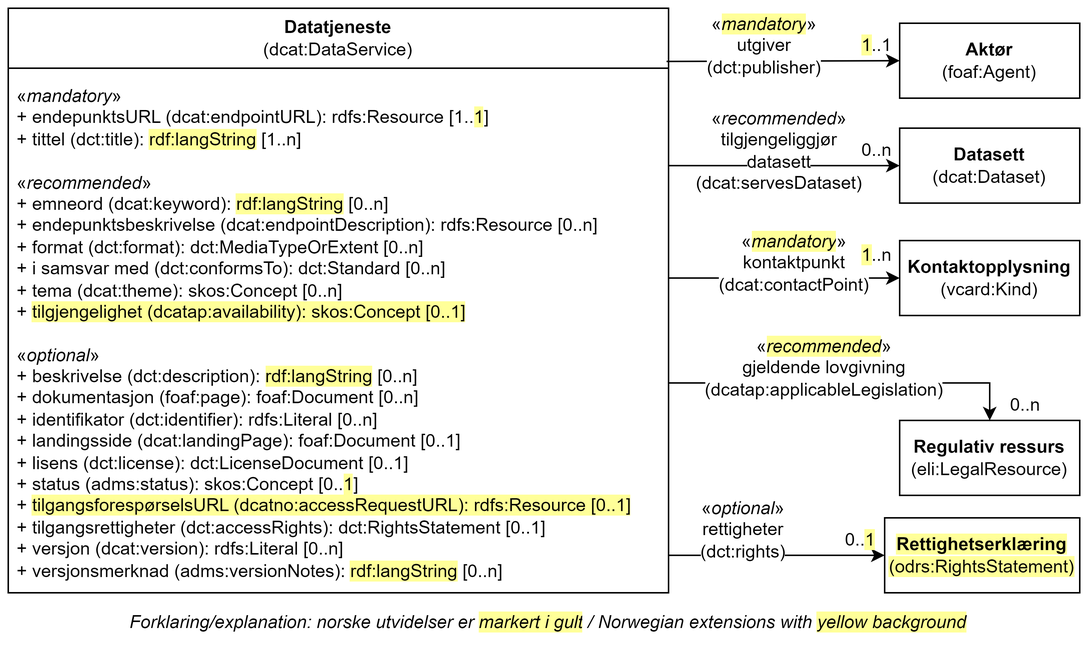
Informasjonsforvaltning/dcat-ap-no keeps this draw.io diagram as docs/images/Klassen-Datatjeneste.png. Above is the earlier version. Source tidied: cells renumbered, new cells last; positions are measured from the earlier drawing's top-left corner, leaving out a move shared by most shapes.
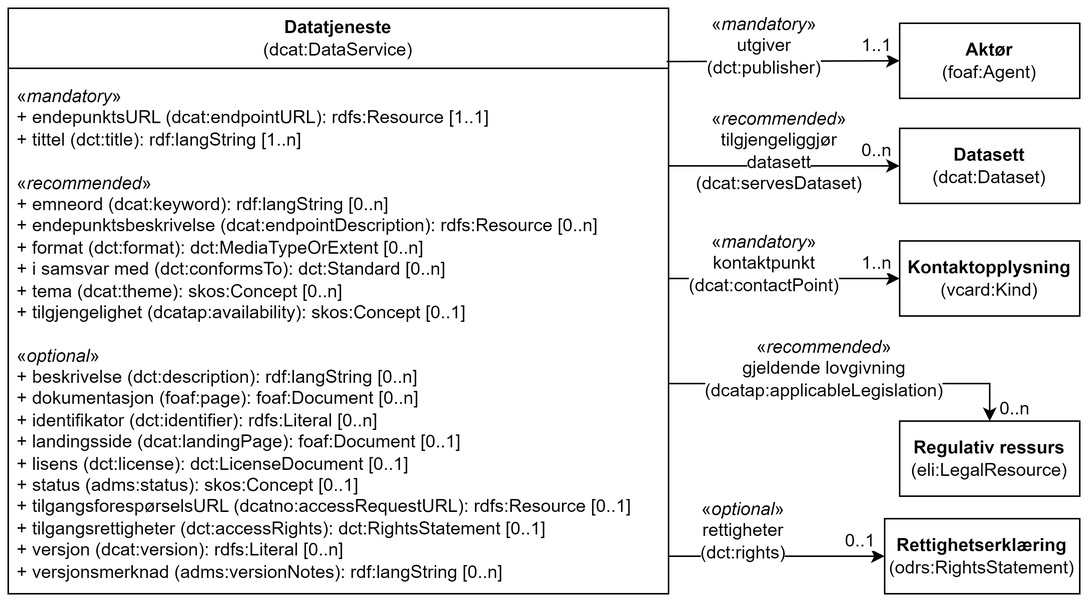
Later version of the same file.

The edit, as a diff of the source:
```diff
@@ -5,7 +5,7 @@
     <mxCell id="2" value="Datatjeneste&lt;br&gt;&lt;span style=&quot;font-weight: normal;&quot;&gt;(dcat:DataService)&lt;/span&gt;" style="swimlane;whiteSpace=wrap;html=1;startSize=40;" parent="1" vertex="1">
       <mxGeometry width="440" height="390" as="geometry" />
     </mxCell>
-    <mxCell id="3" value="«&lt;i style=&quot;&quot;&gt;mandatory&lt;/i&gt;»&lt;br&gt;&lt;div&gt;+ endepunktsURL (dcat:endpointURL): rdfs:Resource [1..&lt;span style=&quot;background-color: rgb(255, 255, 153);&quot;&gt;1&lt;/span&gt;]&lt;/div&gt;&lt;div&gt;&lt;span style=&quot;background-color: initial;&quot;&gt;+ tittel (dct:title): &lt;/span&gt;&lt;span style=&quot;background-color: rgb(255, 255, 153);&quot;&gt;rdf:langString&lt;/span&gt;&lt;span style=&quot;background-color: initial;&quot;&gt; [1..n]&lt;/span&gt;&lt;br&gt;&lt;/div&gt;&lt;div&gt;&lt;br&gt;&lt;/div&gt;&lt;div&gt;&lt;div style=&quot;border-color: var(--border-color);&quot;&gt;«&lt;i style=&quot;border-color: var(--border-color);&quot;&gt;recommended&lt;/i&gt;»&lt;/div&gt;&lt;div style=&quot;border-color: var(--border-color);&quot;&gt;&lt;span style=&quot;background-color: initial;&quot;&gt;+ emneord (dcat:keyword):&amp;nbsp;&lt;/span&gt;&lt;span style=&quot;background-color: rgb(255, 255, 153);&quot;&gt;rdf:langString&lt;/span&gt;&lt;span style=&quot;background-color: initial;&quot;&gt;&amp;nbsp;[0..n]&lt;/span&gt;&lt;br&gt;&lt;/div&gt;&lt;div style=&quot;border-color: var(--border-color);&quot;&gt;+ endepunktsbeskrivelse (dcat:endpointDescription): rdfs:Resource [0..n]&lt;/div&gt;&lt;div style=&quot;border-color: var(--border-color);&quot;&gt;+ format (dct:format): dct:MediaTypeOrExtent [0..n]&lt;/div&gt;&lt;div style=&quot;border-color: var(--border-color);&quot;&gt;&lt;span style=&quot;background-color: initial;&quot;&gt;+ i samsvar med (dct:conformsTo): dct:Standard [0..n]&lt;/span&gt;&lt;br&gt;&lt;/div&gt;&lt;/div&gt;&lt;div style=&quot;border-color: var(--border-color);&quot;&gt;+ tema (dcat:theme): skos:Concept [0..n]&lt;br&gt;&lt;/div&gt;&lt;div style=&quot;border-color: var(--border-color);&quot;&gt;+ &lt;span style=&quot;background-color: rgb(255, 255, 153);&quot;&gt;tilgjengelighet (dcatap:availability): skos:Concept [0..1]&lt;/span&gt;&lt;br&gt;&lt;/div&gt;&lt;div style=&quot;border-color: var(--border-color);&quot;&gt;&lt;br&gt;&lt;/div&gt;&lt;div style=&quot;border-color: var(--border-color);&quot;&gt;&lt;div style=&quot;border-color: var(--border-color);&quot;&gt;«&lt;i style=&quot;border-color: var(--border-color);&quot;&gt;optional&lt;/i&gt;»&lt;/div&gt;&lt;div style=&quot;border-color: var(--border-color);&quot;&gt;+ beskrivelse (dct:description):&amp;nbsp;&lt;span style=&quot;background-color: rgb(255, 255, 153);&quot;&gt;rdf:langString&lt;/span&gt;&amp;nbsp;[0..n]&lt;/div&gt;&lt;div style=&quot;border-color: var(--border-color);&quot;&gt;+&amp;nbsp;&lt;span style=&quot;border-color: var(--border-color);&quot;&gt;dokumentasjon (foaf:page): foaf:Document [0..n]&lt;/span&gt;&lt;br&gt;&lt;/div&gt;&lt;div&gt;+ identifikator (dct:identifier): rdfs:Literal [0..n]&lt;/div&gt;&lt;div style=&quot;border-color: var(--border-color);&quot;&gt;&lt;span style=&quot;background-color: initial;&quot;&gt;+ landingsside (dcat:landingPage): foaf:Document [0..1]&lt;/span&gt;&lt;br&gt;&lt;/div&gt;&lt;div style=&quot;border-color: var(--border-color);&quot;&gt;+ lisens (dct:license): dct:LicenseDocument [0..1]&lt;/div&gt;&lt;div style=&quot;border-color: var(--border-color);&quot;&gt;+ status (adms:status): skos:Concept [0..&lt;span style=&quot;background-color: rgb(255, 255, 153);&quot;&gt;1&lt;/span&gt;]&lt;/div&gt;+&amp;nbsp;&lt;span style=&quot;background-color: rgb(255, 255, 153);&quot;&gt;tilgangsforespørselsURL (dcatno:accessRequestURL): rdfs:Resource [0..1]&lt;/span&gt;&lt;br&gt;&lt;div style=&quot;border-color: var(--border-color);&quot;&gt;+ tilgangsrettigheter (dct:accessRights): dct:RightsStatement [0..1]&lt;/div&gt;&lt;div style=&quot;border-color: var(--border-color);&quot;&gt;+ versjon (dcat:version): rdfs:Literal [0..n]&lt;br style=&quot;border-color: var(--border-color);&quot;&gt;+ versjonsmerknad (adms:versionNotes):&amp;nbsp;&lt;span style=&quot;background-color: rgb(255, 255, 153);&quot;&gt;rdf:langString&lt;/span&gt;&amp;nbsp;[0..n]&lt;br&gt;&lt;/div&gt;&lt;/div&gt;" style="text;strokeColor=none;fillColor=none;align=left;verticalAlign=top;spacingLeft=4;spacingRight=4;overflow=hidden;whiteSpace=wrap;html=1;fontStyle=0;" parent="2" vertex="1">
+    <mxCell id="3" value="«&lt;i style=&quot;&quot;&gt;mandatory&lt;/i&gt;»&lt;br&gt;&lt;div&gt;+ endepunktsURL (dcat:endpointURL): rdfs:Resource [1..1]&lt;/div&gt;&lt;div&gt;+ tittel (dct:title): rdf:langString [1..n]&lt;br&gt;&lt;/div&gt;&lt;div&gt;&lt;br&gt;&lt;/div&gt;&lt;div&gt;&lt;div style=&quot;border-color: var(--border-color);&quot;&gt;«&lt;i style=&quot;border-color: var(--border-color);&quot;&gt;recommended&lt;/i&gt;»&lt;/div&gt;&lt;div style=&quot;border-color: var(--border-color);&quot;&gt;+ emneord (dcat:keyword):&amp;nbsp;rdf:langString&amp;nbsp;[0..n]&lt;br&gt;&lt;/div&gt;&lt;div style=&quot;border-color: var(--border-color);&quot;&gt;+ endepunktsbeskrivelse (dcat:endpointDescription): rdfs:Resource [0..n]&lt;/div&gt;&lt;div style=&quot;border-color: var(--border-color);&quot;&gt;+ format (dct:format): dct:MediaTypeOrExtent [0..n]&lt;/div&gt;&lt;div style=&quot;border-color: var(--border-color);&quot;&gt;+ i samsvar med (dct:conformsTo): dct:Standard [0..n]&lt;br&gt;&lt;/div&gt;&lt;/div&gt;&lt;div style=&quot;border-color: var(--border-color);&quot;&gt;+ tema (dcat:theme): skos:Concept [0..n]&lt;br&gt;&lt;/div&gt;&lt;div style=&quot;border-color: var(--border-color);&quot;&gt;+ tilgjengelighet (dcatap:availability): skos:Concept [0..1]&lt;br&gt;&lt;/div&gt;&lt;div style=&quot;border-color: var(--border-color);&quot;&gt;&lt;br&gt;&lt;/div&gt;&lt;div style=&quot;border-color: var(--border-color);&quot;&gt;&lt;div style=&quot;border-color: var(--border-color);&quot;&gt;«&lt;i style=&quot;border-color: var(--border-color);&quot;&gt;optional&lt;/i&gt;»&lt;/div&gt;&lt;div style=&quot;border-color: var(--border-color);&quot;&gt;+ beskrivelse (dct:description):&amp;nbsp;rdf:langString&amp;nbsp;[0..n]&lt;/div&gt;&lt;div style=&quot;border-color: var(--border-color);&quot;&gt;+&amp;nbsp;&lt;span style=&quot;border-color: var(--border-color);&quot;&gt;dokumentasjon (foaf:page): foaf:Document [0..n]&lt;/span&gt;&lt;br&gt;&lt;/div&gt;&lt;div&gt;+ identifikator (dct:identifier): rdfs:Literal [0..n]&lt;/div&gt;&lt;div style=&quot;border-color: var(--border-color);&quot;&gt;+ landingsside (dcat:landingPage): foaf:Document [0..1]&lt;br&gt;&lt;/div&gt;&lt;div style=&quot;border-color: var(--border-color);&quot;&gt;+ lisens (dct:license): dct:LicenseDocument [0..1]&lt;/div&gt;&lt;div style=&quot;border-color: var(--border-color);&quot;&gt;+ status (adms:status): skos:Concept [0..1]&lt;/div&gt;+&amp;nbsp;tilgangsforespørselsURL (dcatno:accessRequestURL): rdfs:Resource [0..1]&lt;br&gt;&lt;div style=&quot;border-color: var(--border-color);&quot;&gt;+ tilgangsrettigheter (dct:accessRights): dct:RightsStatement [0..1]&lt;/div&gt;&lt;div style=&quot;border-color: var(--border-color);&quot;&gt;+ versjon (dcat:version): rdfs:Literal [0..n]&lt;br style=&quot;border-color: var(--border-color);&quot;&gt;+ versjonsmerknad (adms:versionNotes):&amp;nbsp;rdf:langString&amp;nbsp;[0..n]&lt;br&gt;&lt;/div&gt;&lt;/div&gt;" style="text;strokeColor=none;fillColor=none;align=left;verticalAlign=top;spacingLeft=4;spacingRight=4;overflow=hidden;whiteSpace=wrap;html=1;fontStyle=0;" parent="2" vertex="1">
       <mxGeometry y="45" width="430" height="335" as="geometry" />
     </mxCell>
     <mxCell id="4" value="&lt;b&gt;Aktør&lt;br&gt;&lt;/b&gt;(foaf:Agent)" style="rounded=0;whiteSpace=wrap;html=1;" parent="1" vertex="1">
@@ -17,10 +17,10 @@
     <mxCell id="6" style="endArrow=classic;html=1;rounded=0;entryX=0;entryY=0.5;entryDx=0;entryDy=0;exitX=0.997;exitY=0.091;exitDx=0;exitDy=0;exitPerimeter=0;" parent="1" edge="1" source="2" target="4">
       <mxGeometry relative="1" as="geometry" />
     </mxCell>
-    <mxCell id="7" value="&lt;div&gt;&lt;span style=&quot;background-color: rgb(255, 255, 255);&quot;&gt;«&lt;/span&gt;&lt;i style=&quot;background-color: rgb(255, 255, 153);&quot;&gt;mandatory&lt;/i&gt;&lt;span style=&quot;background-color: rgb(255, 255, 255);&quot;&gt;»&lt;/span&gt;&lt;/div&gt;&lt;div&gt;&lt;span style=&quot;background-color: rgb(255, 255, 255);&quot;&gt;utgiver (dct:publisher)&lt;/span&gt;&lt;/div&gt;" style="text;html=1;strokeColor=none;fillColor=none;align=center;verticalAlign=middle;whiteSpace=wrap;rounded=0;" parent="1" vertex="1">
+    <mxCell id="7" value="&lt;div&gt;&lt;span style=&quot;background-color: rgb(255, 255, 255);&quot;&gt;«&lt;i style=&quot;&quot;&gt;mandatory&lt;/i&gt;»&lt;/span&gt;&lt;/div&gt;&lt;div&gt;&lt;span style=&quot;background-color: rgb(255, 255, 255);&quot;&gt;utgiver (dct:publisher)&lt;/span&gt;&lt;/div&gt;" style="text;html=1;strokeColor=none;fillColor=none;align=center;verticalAlign=middle;whiteSpace=wrap;rounded=0;" parent="1" vertex="1">
       <mxGeometry x="474" y="10" width="60" height="30" as="geometry" />
     </mxCell>
-    <mxCell id="8" value="&lt;span style=&quot;background-color: rgb(255, 255, 153);&quot;&gt;1&lt;/span&gt;..1" style="text;html=1;strokeColor=none;fillColor=none;align=center;verticalAlign=middle;whiteSpace=wrap;rounded=0;" parent="1" vertex="1">
+    <mxCell id="8" value="&lt;span style=&quot;background-color: rgb(255, 255, 255);&quot;&gt;1..1&lt;/span&gt;" style="text;html=1;strokeColor=none;fillColor=none;align=center;verticalAlign=middle;whiteSpace=wrap;rounded=0;" parent="1" vertex="1">
       <mxGeometry x="564" y="15" width="30" height="20" as="geometry" />
     </mxCell>
     <mxCell id="9" value="0..n" style="text;html=1;strokeColor=none;fillColor=none;align=center;verticalAlign=middle;whiteSpace=wrap;rounded=0;" parent="1" vertex="1">
@@ -42,17 +42,17 @@
         <mxPoint x="440" y="180" as="sourcePoint" />
       </mxGeometry>
     </mxCell>
-    <mxCell id="14" value="&lt;span style=&quot;background-color: rgb(255, 255, 255);&quot;&gt;«&lt;/span&gt;&lt;i style=&quot;border-color: var(--border-color); text-align: left; background-color: rgb(255, 255, 153);&quot;&gt;mandatory&lt;/i&gt;&lt;span style=&quot;background-color: rgb(255, 255, 255); text-align: left;&quot;&gt;»&lt;br&gt;&lt;/span&gt;&lt;span style=&quot;background-color: rgb(255, 255, 255);&quot;&gt;kontaktpunkt&lt;/span&gt;&lt;br&gt;&lt;span style=&quot;background-color: rgb(255, 255, 255);&quot;&gt;(dcat:contactPoint)&lt;/span&gt;" style="text;html=1;strokeColor=none;fillColor=none;align=center;verticalAlign=middle;whiteSpace=wrap;rounded=0;" parent="1" vertex="1">
-      <mxGeometry x="494" y="155" width="60" height="30" as="geometry" />
+    <mxCell id="14" value="&lt;span style=&quot;background-color: rgb(255, 255, 255);&quot;&gt;«&lt;i style=&quot;border-color: var(--border-color); text-align: left;&quot;&gt;mandatory&lt;/i&gt;&lt;span style=&quot;text-align: left;&quot;&gt;»&lt;br&gt;&lt;/span&gt;kontaktpunkt&lt;br&gt;(dcat:contactPoint)&lt;/span&gt;" style="text;html=1;strokeColor=none;fillColor=none;align=center;verticalAlign=middle;whiteSpace=wrap;rounded=0;" parent="1" vertex="1">
+      <mxGeometry x="474" y="155" width="60" height="30" as="geometry" />
     </mxCell>
-    <mxCell id="15" value="&lt;span style=&quot;background-color: rgb(255, 255, 153);&quot;&gt;1&lt;/span&gt;..n" style="text;html=1;strokeColor=none;fillColor=none;align=center;verticalAlign=middle;whiteSpace=wrap;rounded=0;" parent="1" vertex="1">
-      <mxGeometry x="564" y="155" width="30" height="20" as="geometry" />
+    <mxCell id="15" value="&lt;span style=&quot;background-color: rgb(255, 255, 255);&quot;&gt;1..n&lt;/span&gt;" style="text;html=1;strokeColor=none;fillColor=none;align=center;verticalAlign=middle;whiteSpace=wrap;rounded=0;" parent="1" vertex="1">
+      <mxGeometry x="564" y="160" width="30" height="20" as="geometry" />
     </mxCell>
     <mxCell id="16" value="&lt;b&gt;Regulativ ressurs&lt;/b&gt;&lt;br&gt;(eli:LegalResource)" style="html=1;whiteSpace=wrap;" parent="1" vertex="1">
       <mxGeometry x="594" y="275" width="120" height="50" as="geometry" />
     </mxCell>
     <mxCell id="17" value="0..n" style="text;html=1;strokeColor=none;fillColor=none;align=center;verticalAlign=middle;whiteSpace=wrap;rounded=0;" parent="1" vertex="1">
-      <mxGeometry x="664" y="255" width="28" height="20" as="geometry" />
+      <mxGeometry x="657" y="257" width="28" height="20" as="geometry" />
     </mxCell>
     <mxCell id="18" style="endArrow=classic;html=1;rounded=0;entryX=0.5;entryY=0;entryDx=0;entryDy=0;" parent="1" edge="1" target="16">
       <mxGeometry relative="1" as="geometry">
@@ -62,13 +62,10 @@
         </Array>
       </mxGeometry>
     </mxCell>
-    <mxCell id="19" value="«&lt;i style=&quot;background-color: rgb(255, 255, 153);&quot;&gt;recommended&lt;/i&gt;»&lt;br&gt;&lt;span style=&quot;background-color: rgb(255, 255, 255);&quot;&gt;gjeldende lovgivning&lt;br&gt;(dcatap:applicableLegislation)&lt;/span&gt;" style="text;html=1;align=center;verticalAlign=middle;whiteSpace=wrap;rounded=0;" parent="1" vertex="1">
+    <mxCell id="19" value="&lt;span style=&quot;background-color: rgb(255, 255, 255);&quot;&gt;«&lt;i style=&quot;&quot;&gt;recommended&lt;/i&gt;»&lt;br&gt;gjeldende lovgivning&lt;br&gt;(dcatap:applicableLegislation)&lt;/span&gt;" style="text;html=1;align=center;verticalAlign=middle;whiteSpace=wrap;rounded=0;" parent="1" vertex="1">
       <mxGeometry x="514" y="225" width="60" height="30" as="geometry" />
     </mxCell>
-    <mxCell id="20" value="Forklaring/explanation: norske utvidelser er&amp;nbsp;&lt;span style=&quot;background-color: rgb(255, 255, 153);&quot;&gt;markert i gult&lt;/span&gt;&lt;span style=&quot;background-color: rgb(255 , 255 , 255)&quot;&gt;&amp;nbsp;/&amp;nbsp;Norwegian extensions with &lt;/span&gt;&lt;span style=&quot;background-color: rgb(255, 255, 153);&quot;&gt;yellow background&lt;/span&gt;" style="text;html=1;strokeColor=none;fillColor=none;align=center;verticalAlign=middle;whiteSpace=wrap;rounded=0;fontStyle=2;" parent="1" vertex="1">
-      <mxGeometry x="20" y="400" width="680" height="20" as="geometry" />
-    </mxCell>
-    <mxCell id="21" value="&lt;span style=&quot;background-color: rgb(255, 255, 153);&quot;&gt;&lt;b&gt;Rettighetserklæring&lt;/b&gt;&lt;br&gt;(odrs:RightsStatement)&lt;/span&gt;" style="html=1;whiteSpace=wrap;" parent="1" vertex="1">
+    <mxCell id="21" value="&lt;b style=&quot;&quot;&gt;Rettighetserklæring&lt;/b&gt;&lt;br&gt;(odrs:RightsStatement)" style="html=1;whiteSpace=wrap;" parent="1" vertex="1">
       <mxGeometry x="584" y="340" width="130" height="50" as="geometry" />
     </mxCell>
     <mxCell id="22" style="endArrow=classic;html=1;rounded=0;entryX=0;entryY=0.5;entryDx=0;entryDy=0;" parent="1" edge="1" target="21">
@@ -79,7 +76,7 @@
     <mxCell id="23" value="&lt;span style=&quot;background-color: rgb(255, 255, 255);&quot;&gt;«&lt;i style=&quot;&quot;&gt;optional&lt;/i&gt;»&lt;br&gt;&lt;span style=&quot;color: rgb(0, 0, 0); font-family: Helvetica; font-size: 12px; font-style: normal; font-variant-ligatures: normal; font-variant-caps: normal; font-weight: 400; letter-spacing: normal; orphans: 2; text-align: left; text-indent: 0px; text-transform: none; widows: 2; word-spacing: 0px; -webkit-text-stroke-width: 0px; white-space: normal; text-decoration-thickness: initial; text-decoration-style: initial; text-decoration-color: initial; float: none; display: inline !important;&quot;&gt;rettigheter (dct:rights)&lt;/span&gt;&lt;/span&gt;&lt;div&gt;&lt;br&gt;&lt;/div&gt;" style="text;html=1;align=center;verticalAlign=middle;whiteSpace=wrap;rounded=0;" parent="1" vertex="1">
       <mxGeometry x="460" y="340" width="60" height="30" as="geometry" />
     </mxCell>
-    <mxCell id="24" value="0..&lt;span style=&quot;background-color: rgb(255, 255, 153);&quot;&gt;1&lt;/span&gt;" style="text;html=1;strokeColor=none;fillColor=none;align=center;verticalAlign=middle;whiteSpace=wrap;rounded=0;" parent="1" vertex="1">
+    <mxCell id="24" value="&lt;span style=&quot;background-color: rgb(255, 255, 255);&quot;&gt;0..1&lt;/span&gt;" style="text;html=1;strokeColor=none;fillColor=none;align=center;verticalAlign=middle;whiteSpace=wrap;rounded=0;" parent="1" vertex="1">
       <mxGeometry x="552" y="345" width="32" height="20" as="geometry" />
     </mxCell>
   </root>
```
